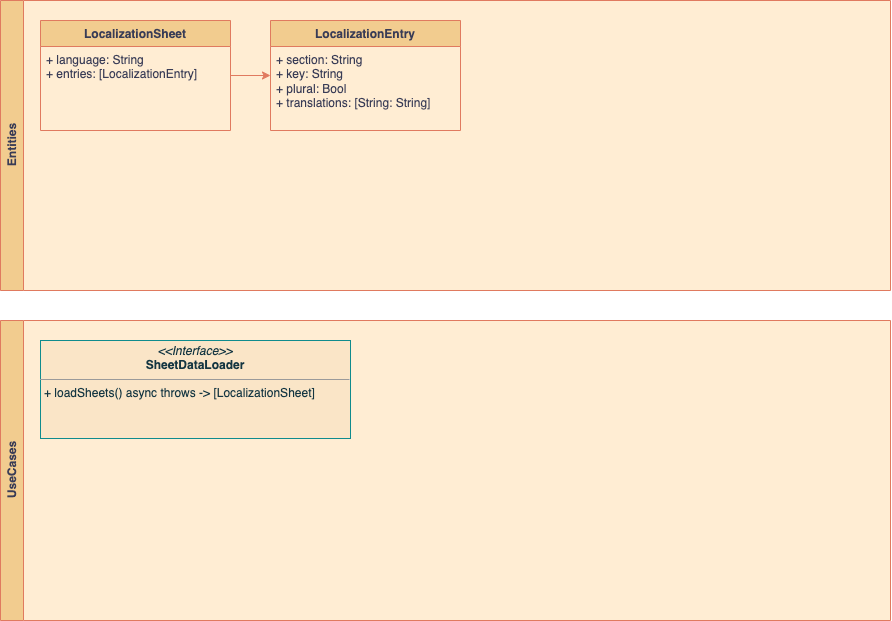
Earlier version of the draw.io export Resources/Docs/Architecture/Domain/Images/localization_domain.png (poviolabs/Lingua). Source tidied: cells renumbered, new cells last; positions are measured from the earlier drawing's top-left corner, leaving out a move shared by most shapes.
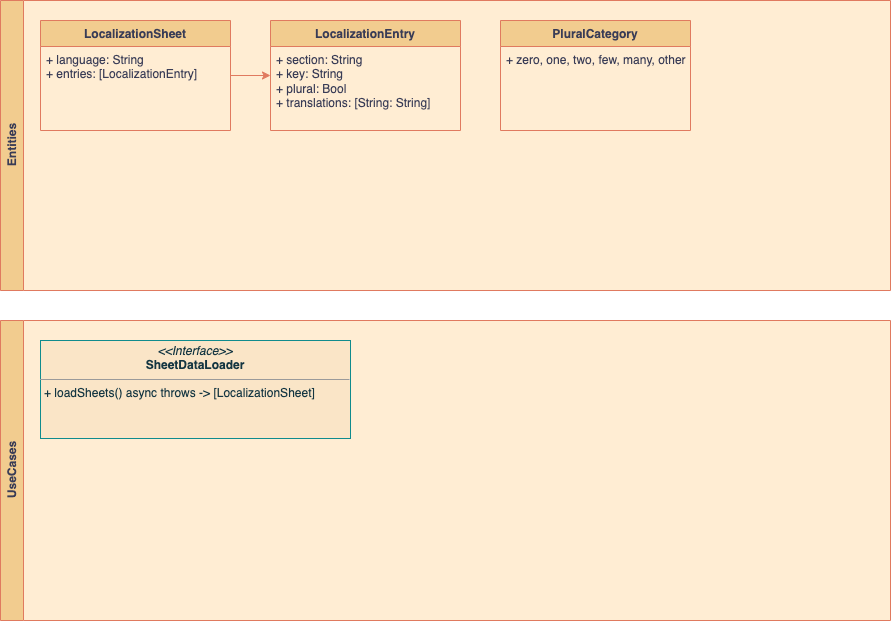
The same diagram one commit later.

The edit, as a diff of the source:
```diff
@@ -11,6 +11,12 @@
     <mxCell id="4" value="+&amp;nbsp;section&lt;span style=&quot;background-color: initial;&quot;&gt;: String&lt;/span&gt;&lt;br&gt;+ key: String&lt;br&gt;+ plural: Bool&lt;br&gt;+ translations: [String: String]" style="text;strokeColor=none;fillColor=none;align=left;verticalAlign=top;spacingLeft=4;spacingRight=4;overflow=hidden;whiteSpace=wrap;html=1;fontColor=#393C56;" parent="3" vertex="1">
       <mxGeometry y="26" width="190" height="84" as="geometry" />
     </mxCell>
+    <mxCell id="10" value="PluralCategory" style="swimlane;fontStyle=1;align=center;verticalAlign=top;horizontal=1;startSize=26;whiteSpace=wrap;html=1;strokeColor=#E07A5F;fontColor=#393C56;fillColor=#F2CC8F;" parent="2" vertex="1">
+      <mxGeometry x="500" y="20" width="190" height="110" as="geometry" />
+    </mxCell>
+    <mxCell id="11" value="+ zero, one, two, few, many, other" style="text;strokeColor=none;fillColor=none;align=left;verticalAlign=top;spacingLeft=4;spacingRight=4;overflow=hidden;whiteSpace=wrap;html=1;fontColor=#393C56;" parent="10" vertex="1">
+      <mxGeometry y="26" width="190" height="84" as="geometry" />
+    </mxCell>
     <mxCell id="5" style="edgeStyle=orthogonalEdgeStyle;rounded=0;jettySize=auto;html=1;strokeColor=#E07A5F;fontColor=#393C56;fillColor=#F2CC8F;" parent="1" edge="1" source="6" target="3">
       <mxGeometry relative="1" as="geometry" />
     </mxCell>
```
